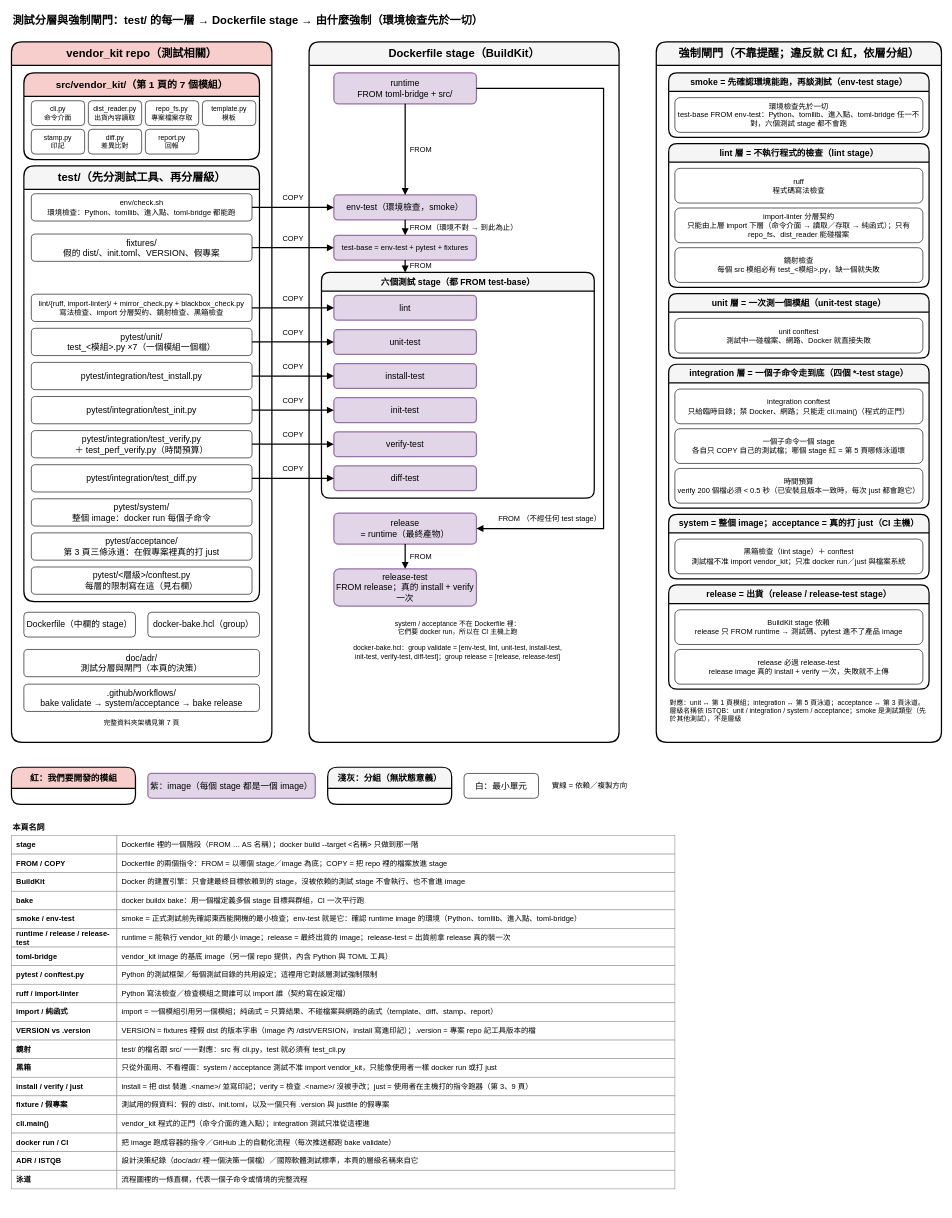
This is page "8. 測試分層與強制閘門" (8 of 9) of dist_distribution.drawio from ycpss91255-research/vendor_kit, a draw.io file, before an edit. Source tidied: cells renumbered, new cells numbered last; positions are measured from the earlier drawing's top-left corner, leaving out a move shared by most shapes. Both pictures are drawn from the tidied source at 62%, with x=0, y=0 at pixel (11, 11).
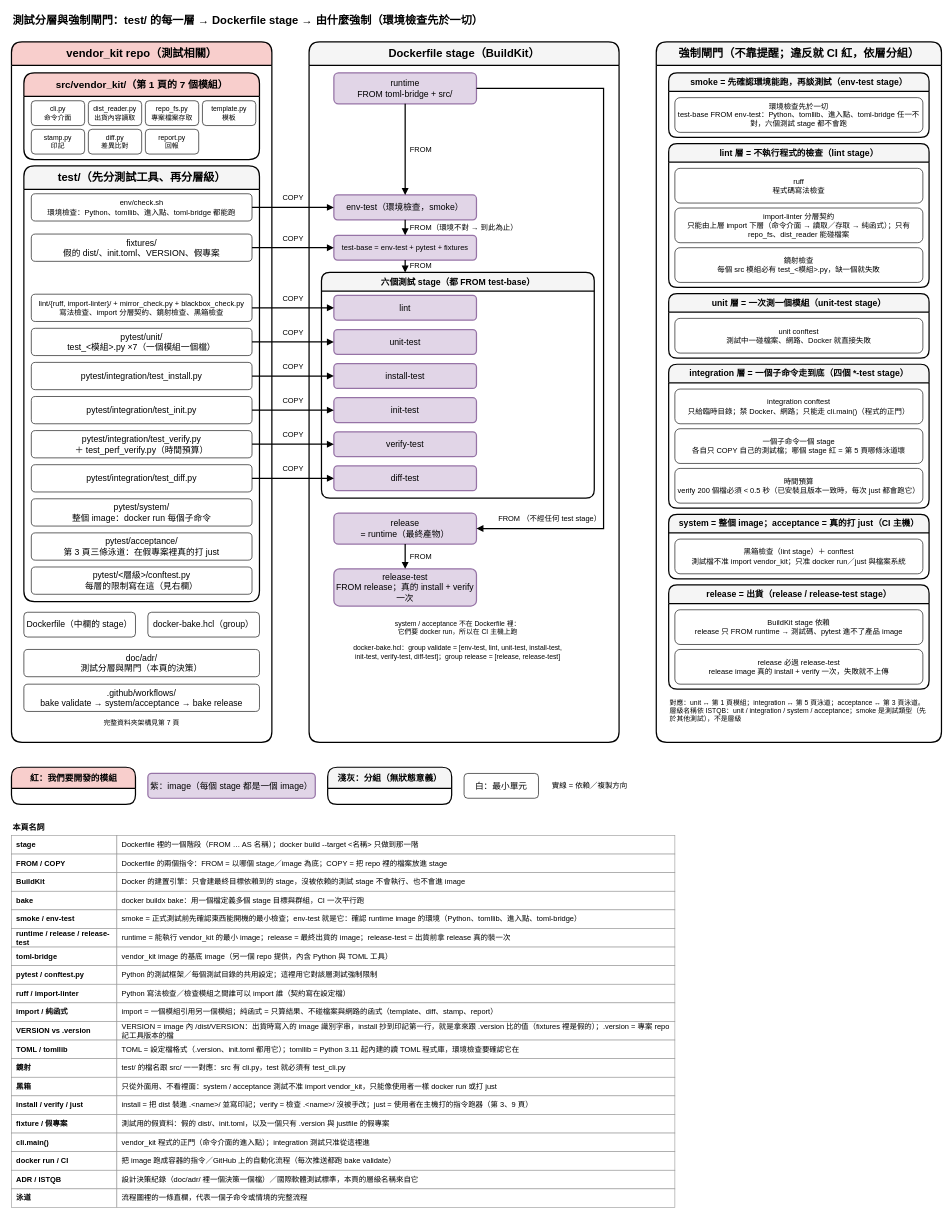
After the change.

Commit message (it also covers changes not shown here):
第 7/8/9 頁：修第 1 輪審查 12 項（圖例補判斷／起終點／便條／資料夾／檔案、名詞表補 repo／git／tag／GHCR／hooks／TOML／image／容器、upgrade 為組合操作、VERSION 說明）；notes 補印記第一行來源

Diff of the diagram source:
```diff
@@
-    <mxCell id="103" value="VERSION = fixtures 裡假 dist 的版本字串（image 內 /dist/VERSION，install 寫進印記）；.version = 專案 repo 記工具版本的檔" style="rounded=0;whiteSpace=wrap;html=1;fillColor=#ffffff;strokeColor=#999999;fontSize=12;align=left;spacingLeft=6;strokeWidth=1;" parent="1" vertex="1">
+    <mxCell id="103" value="VERSION = image 內 /dist/VERSION：出貨時寫入的 image 識別字串，install 抄到印記第一行，就是拿來跟 .version 比的值（fixtures 裡是假的）；.version = 專案 repo 記工具版本的檔" style="rounded=0;whiteSpace=wrap;html=1;fillColor=#ffffff;strokeColor=#999999;fontSize=12;align=left;spacingLeft=6;strokeWidth=1;" parent="1" vertex="1">
       <mxGeometry x="170" y="1630" width="900" height="30" as="geometry" />
     </mxCell>
-    <mxCell id="104" value="鏡射" style="rounded=0;whiteSpace=wrap;html=1;fillColor=#ffffff;strokeColor=#999999;fontSize=12;fontStyle=1;align=left;spacingLeft=6;strokeWidth=1;" parent="1" vertex="1">
+    <mxCell id="104" value="TOML / tomllib" style="rounded=0;whiteSpace=wrap;html=1;fillColor=#ffffff;strokeColor=#999999;fontSize=12;fontStyle=1;align=left;spacingLeft=6;strokeWidth=1;" parent="1" vertex="1">
       <mxGeometry y="1660" width="170" height="30" as="geometry" />
     </mxCell>
-    <mxCell id="105" value="test/ 的檔名跟 src/ 一一對應：src 有 cli.py，test 就必須有 test_cli.py" style="rounded=0;whiteSpace=wrap;html=1;fillColor=#ffffff;strokeColor=#999999;fontSize=12;align=left;spacingLeft=6;strokeWidth=1;" parent="1" vertex="1">
+    <mxCell id="105" value="TOML = 設定檔格式（.version、init.toml 都用它）；tomllib = Python 3.11 起內建的讀 TOML 程式庫，環境檢查要確認它在" style="rounded=0;whiteSpace=wrap;html=1;fillColor=#ffffff;strokeColor=#999999;fontSize=12;align=left;spacingLeft=6;strokeWidth=1;" parent="1" vertex="1">
       <mxGeometry x="170" y="1660" width="900" height="30" as="geometry" />
     </mxCell>
-    <mxCell id="106" value="黑箱" style="rounded=0;whiteSpace=wrap;html=1;fillColor=#ffffff;strokeColor=#999999;fontSize=12;fontStyle=1;align=left;spacingLeft=6;strokeWidth=1;" parent="1" vertex="1">
+    <mxCell id="106" value="鏡射" style="rounded=0;whiteSpace=wrap;html=1;fillColor=#ffffff;strokeColor=#999999;fontSize=12;fontStyle=1;align=left;spacingLeft=6;strokeWidth=1;" parent="1" vertex="1">
       <mxGeometry y="1690" width="170" height="30" as="geometry" />
     </mxCell>
-    <mxCell id="107" value="只從外面用、不看裡面：system / acceptance 測試不准 import vendor_kit，只能像使用者一樣 docker run 或打 just" style="rounded=0;whiteSpace=wrap;html=1;fillColor=#ffffff;strokeColor=#999999;fontSize=12;align=left;spacingLeft=6;strokeWidth=1;" parent="1" vertex="1">
+    <mxCell id="107" value="test/ 的檔名跟 src/ 一一對應：src 有 cli.py，test 就必須有 test_cli.py" style="rounded=0;whiteSpace=wrap;html=1;fillColor=#ffffff;strokeColor=#999999;fontSize=12;align=left;spacingLeft=6;strokeWidth=1;" parent="1" vertex="1">
       <mxGeometry x="170" y="1690" width="900" height="30" as="geometry" />
     </mxCell>
-    <mxCell id="108" value="install / verify / just" style="rounded=0;whiteSpace=wrap;html=1;fillColor=#ffffff;strokeColor=#999999;fontSize=12;fontStyle=1;align=left;spacingLeft=6;strokeWidth=1;" parent="1" vertex="1">
+    <mxCell id="108" value="黑箱" style="rounded=0;whiteSpace=wrap;html=1;fillColor=#ffffff;strokeColor=#999999;fontSize=12;fontStyle=1;align=left;spacingLeft=6;strokeWidth=1;" parent="1" vertex="1">
       <mxGeometry y="1720" width="170" height="30" as="geometry" />
     </mxCell>
-    <mxCell id="109" value="install = 把 dist 裝進 .&amp;lt;name&amp;gt;/ 並寫印記；verify = 檢查 .&amp;lt;name&amp;gt;/ 沒被手改；just = 使用者在主機打的指令跑器（第 3、9 頁）" style="rounded=0;whiteSpace=wrap;html=1;fillColor=#ffffff;strokeColor=#999999;fontSize=12;align=left;spacingLeft=6;strokeWidth=1;" parent="1" vertex="1">
+    <mxCell id="109" value="只從外面用、不看裡面：system / acceptance 測試不准 import vendor_kit，只能像使用者一樣 docker run 或打 just" style="rounded=0;whiteSpace=wrap;html=1;fillColor=#ffffff;strokeColor=#999999;fontSize=12;align=left;spacingLeft=6;strokeWidth=1;" parent="1" vertex="1">
       <mxGeometry x="170" y="1720" width="900" height="30" as="geometry" />
     </mxCell>
-    <mxCell id="110" value="fixture / 假專案" style="rounded=0;whiteSpace=wrap;html=1;fillColor=#ffffff;strokeColor=#999999;fontSize=12;fontStyle=1;align=left;spacingLeft=6;strokeWidth=1;" parent="1" vertex="1">
+    <mxCell id="110" value="install / verify / just" style="rounded=0;whiteSpace=wrap;html=1;fillColor=#ffffff;strokeColor=#999999;fontSize=12;fontStyle=1;align=left;spacingLeft=6;strokeWidth=1;" parent="1" vertex="1">
       <mxGeometry y="1750" width="170" height="30" as="geometry" />
     </mxCell>
-    <mxCell id="111" value="測試用的假資料：假的 dist/、init.toml，以及一個只有 .version 與 justfile 的假專案" style="rounded=0;whiteSpace=wrap;html=1;fillColor=#ffffff;strokeColor=#999999;fontSize=12;align=left;spacingLeft=6;strokeWidth=1;" parent="1" vertex="1">
+    <mxCell id="111" value="install = 把 dist 裝進 .&amp;lt;name&amp;gt;/ 並寫印記；verify = 檢查 .&amp;lt;name&amp;gt;/ 沒被手改；just = 使用者在主機打的指令跑器（第 3、9 頁）" style="rounded=0;whiteSpace=wrap;html=1;fillColor=#ffffff;strokeColor=#999999;fontSize=12;align=left;spacingLeft=6;strokeWidth=1;" parent="1" vertex="1">
       <mxGeometry x="170" y="1750" width="900" height="30" as="geometry" />
     </mxCell>
-    <mxCell id="112" value="cli.main()" style="rounded=0;whiteSpace=wrap;html=1;fillColor=#ffffff;strokeColor=#999999;fontSize=12;fontStyle=1;align=left;spacingLeft=6;strokeWidth=1;" parent="1" vertex="1">
+    <mxCell id="112" value="fixture / 假專案" style="rounded=0;whiteSpace=wrap;html=1;fillColor=#ffffff;strokeColor=#999999;fontSize=12;fontStyle=1;align=left;spacingLeft=6;strokeWidth=1;" parent="1" vertex="1">
       <mxGeometry y="1780" width="170" height="30" as="geometry" />
     </mxCell>
-    <mxCell id="113" value="vendor_kit 程式的正門（命令介面的進入點）；integration 測試只准從這裡進" style="rounded=0;whiteSpace=wrap;html=1;fillColor=#ffffff;strokeColor=#999999;fontSize=12;align=left;spacingLeft=6;strokeWidth=1;" parent="1" vertex="1">
+    <mxCell id="113" value="測試用的假資料：假的 dist/、init.toml，以及一個只有 .version 與 justfile 的假專案" style="rounded=0;whiteSpace=wrap;html=1;fillColor=#ffffff;strokeColor=#999999;fontSize=12;align=left;spacingLeft=6;strokeWidth=1;" parent="1" vertex="1">
       <mxGeometry x="170" y="1780" width="900" height="30" as="geometry" />
     </mxCell>
-    <mxCell id="114" value="docker run / CI" style="rounded=0;whiteSpace=wrap;html=1;fillColor=#ffffff;strokeColor=#999999;fontSize=12;fontStyle=1;align=left;spacingLeft=6;strokeWidth=1;" parent="1" vertex="1">
+    <mxCell id="114" value="cli.main()" style="rounded=0;whiteSpace=wrap;html=1;fillColor=#ffffff;strokeColor=#999999;fontSize=12;fontStyle=1;align=left;spacingLeft=6;strokeWidth=1;" parent="1" vertex="1">
       <mxGeometry y="1810" width="170" height="30" as="geometry" />
     </mxCell>
-    <mxCell id="115" value="把 image 跑成容器的指令／GitHub 上的自動化流程（每次推送都跑 bake validate）" style="rounded=0;whiteSpace=wrap;html=1;fillColor=#ffffff;strokeColor=#999999;fontSize=12;align=left;spacingLeft=6;strokeWidth=1;" parent="1" vertex="1">
+    <mxCell id="115" value="vendor_kit 程式的正門（命令介面的進入點）；integration 測試只准從這裡進" style="rounded=0;whiteSpace=wrap;html=1;fillColor=#ffffff;strokeColor=#999999;fontSize=12;align=left;spacingLeft=6;strokeWidth=1;" parent="1" vertex="1">
       <mxGeometry x="170" y="1810" width="900" height="30" as="geometry" />
     </mxCell>
-    <mxCell id="116" value="ADR / ISTQB" style="rounded=0;whiteSpace=wrap;html=1;fillColor=#ffffff;strokeColor=#999999;fontSize=12;fontStyle=1;align=left;spacingLeft=6;strokeWidth=1;" parent="1" vertex="1">
+    <mxCell id="116" value="docker run / CI" style="rounded=0;whiteSpace=wrap;html=1;fillColor=#ffffff;strokeColor=#999999;fontSize=12;fontStyle=1;align=left;spacingLeft=6;strokeWidth=1;" parent="1" vertex="1">
       <mxGeometry y="1840" width="170" height="30" as="geometry" />
     </mxCell>
-    <mxCell id="117" value="設計決策紀錄（doc/adr/ 裡一個決策一個檔）／國際軟體測試標準，本頁的層級名稱來自它" style="rounded=0;whiteSpace=wrap;html=1;fillColor=#ffffff;strokeColor=#999999;fontSize=12;align=left;spacingLeft=6;strokeWidth=1;" parent="1" vertex="1">
+    <mxCell id="117" value="把 image 跑成容器的指令／GitHub 上的自動化流程（每次推送都跑 bake validate）" style="rounded=0;whiteSpace=wrap;html=1;fillColor=#ffffff;strokeColor=#999999;fontSize=12;align=left;spacingLeft=6;strokeWidth=1;" parent="1" vertex="1">
       <mxGeometry x="170" y="1840" width="900" height="30" as="geometry" />
     </mxCell>
-    <mxCell id="118" value="泳道" style="rounded=0;whiteSpace=wrap;html=1;fillColor=#ffffff;strokeColor=#999999;fontSize=12;fontStyle=1;align=left;spacingLeft=6;strokeWidth=1;" parent="1" vertex="1">
+    <mxCell id="118" value="ADR / ISTQB" style="rounded=0;whiteSpace=wrap;html=1;fillColor=#ffffff;strokeColor=#999999;fontSize=12;fontStyle=1;align=left;spacingLeft=6;strokeWidth=1;" parent="1" vertex="1">
       <mxGeometry y="1870" width="170" height="30" as="geometry" />
     </mxCell>
-    <mxCell id="119" value="流程圖裡的一條直欄，代表一個子命令或情境的完整流程" style="rounded=0;whiteSpace=wrap;html=1;fillColor=#ffffff;strokeColor=#999999;fontSize=12;align=left;spacingLeft=6;strokeWidth=1;" parent="1" vertex="1">
+    <mxCell id="119" value="設計決策紀錄（doc/adr/ 裡一個決策一個檔）／國際軟體測試標準，本頁的層級名稱來自它" style="rounded=0;whiteSpace=wrap;html=1;fillColor=#ffffff;strokeColor=#999999;fontSize=12;align=left;spacingLeft=6;strokeWidth=1;" parent="1" vertex="1">
       <mxGeometry x="170" y="1870" width="900" height="30" as="geometry" />
     </mxCell>
+    <mxCell id="120" value="泳道" style="rounded=0;whiteSpace=wrap;html=1;fillColor=#ffffff;strokeColor=#999999;fontSize=12;fontStyle=1;align=left;spacingLeft=6;strokeWidth=1;" parent="1" vertex="1">
+      <mxGeometry y="1900" width="170" height="30" as="geometry" />
+    </mxCell>
+    <mxCell id="121" value="流程圖裡的一條直欄，代表一個子命令或情境的完整流程" style="rounded=0;whiteSpace=wrap;html=1;fillColor=#ffffff;strokeColor=#999999;fontSize=12;align=left;spacingLeft=6;strokeWidth=1;" parent="1" vertex="1">
+      <mxGeometry x="170" y="1900" width="900" height="30" as="geometry" />
+    </mxCell>
```
